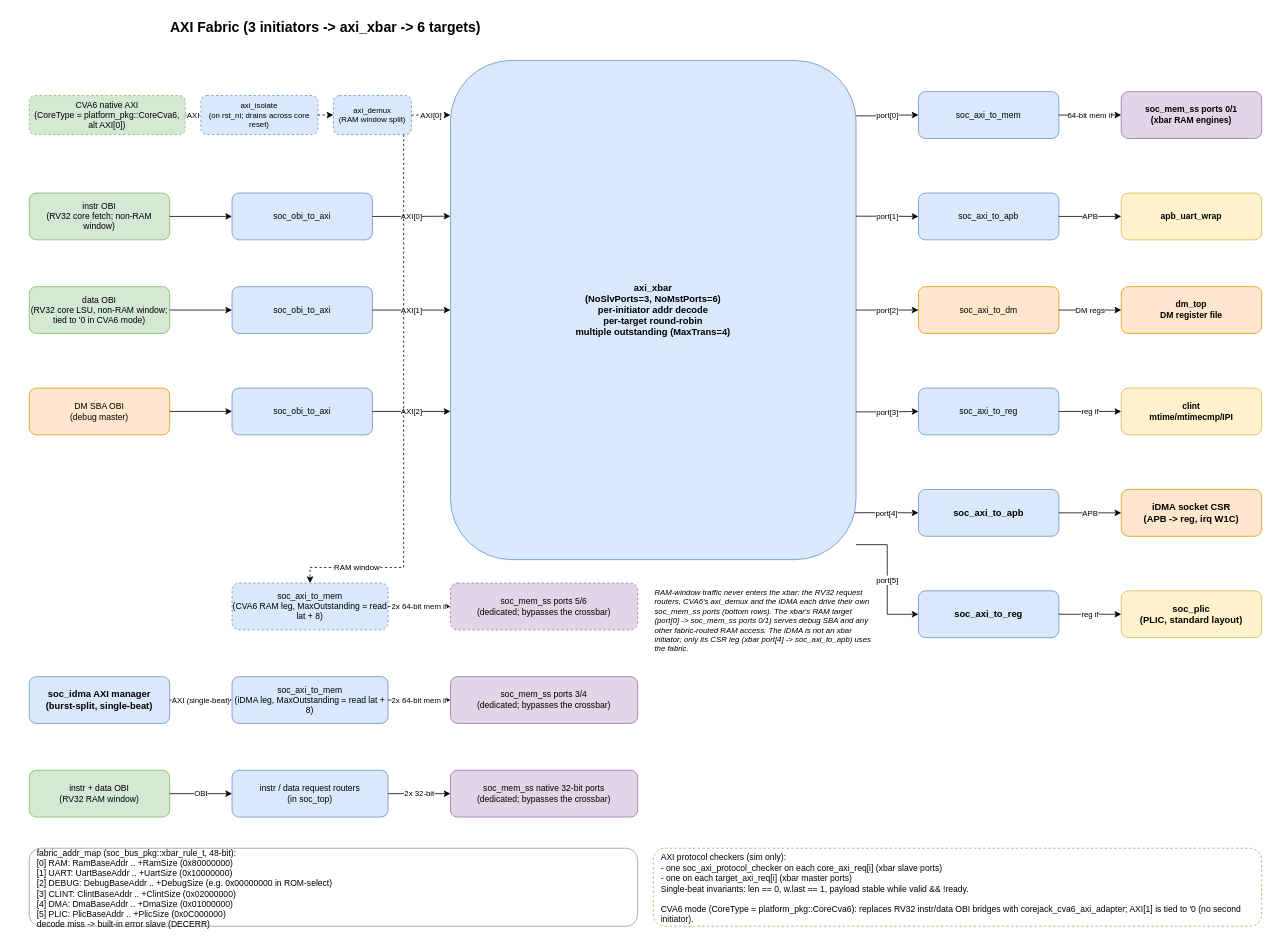
This is page "AXI Fabric" (2 of 8) of docs/source/media/corejack_soc.drawio from patrickerich/corejack, a draw.io file, before an edit. Source tidied: cells renumbered, new cells numbered last; positions are measured from the earlier drawing's top-left corner, leaving out a move shared by most shapes. Both pictures are drawn from the tidied source at 78%, with x=0, y=0 at pixel (13, 13).
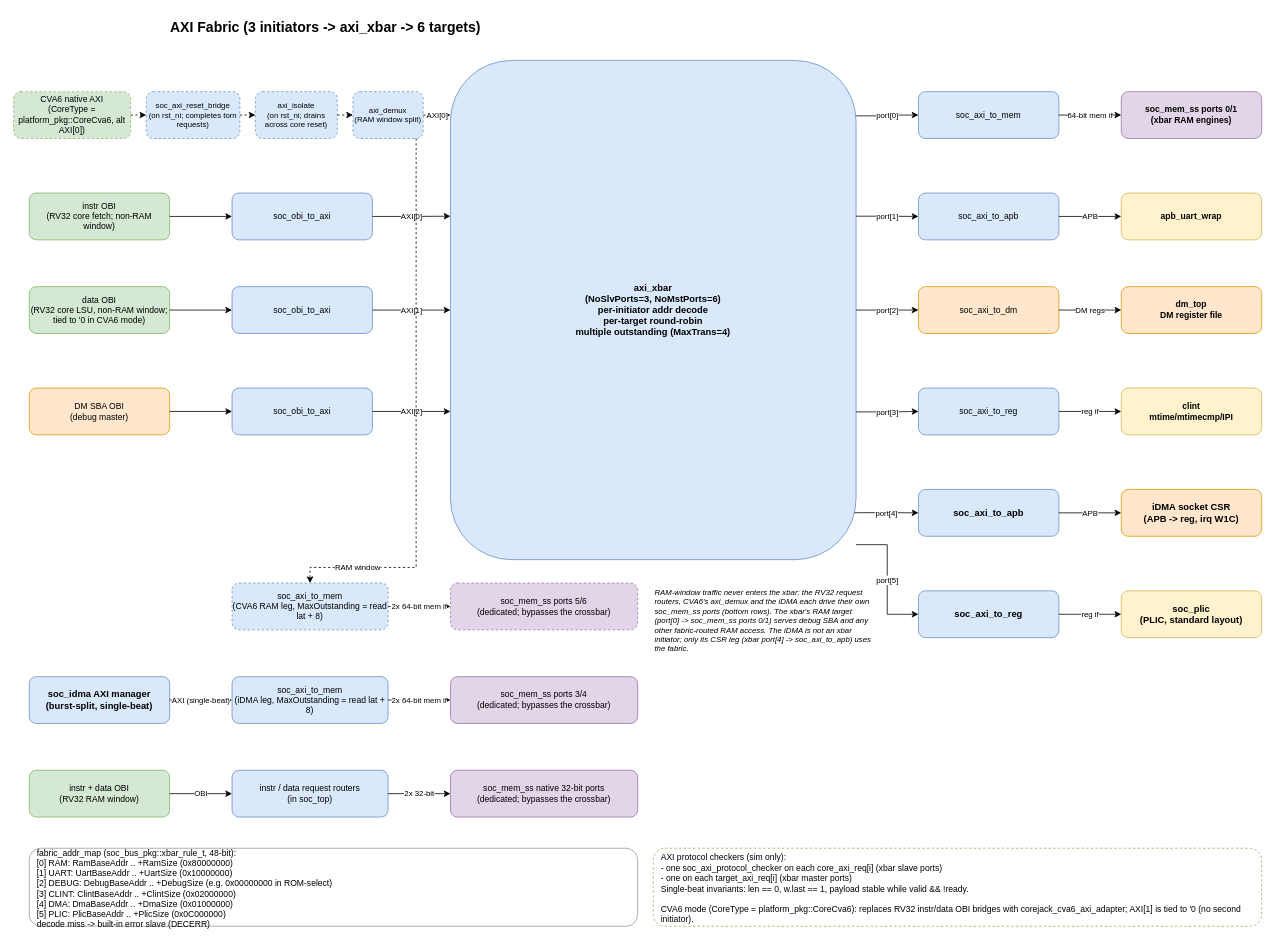
The same diagram, later.

Commit message (it also covers changes not shown here):
Show the CVA6 reset bridge in the SoC diagrams

Add soc_axi_reset_bridge between the CVA6 adapter and axi_isolate on
the SoC top-level and AXI fabric tabs, and say in the CVA6 note what
the bridge and the isolate stage each do.

Unchanged cells that the change refers to:
```xml
<mxCell id="50" value="soc_axi_to_mem&#10;(CVA6 RAM leg, MaxOutstanding = read lat + 8)" style="rounded=1;whiteSpace=wrap;html=1;fillColor=#dae8fc;strokeColor=#6c8ebf;fontSize=11;verticalAlign=middle;dashed=1;" parent="1" vertex="1">
  <mxGeometry x="280" y="730" width="200" height="60" as="geometry" />
</mxCell>
```

What changed in the source:
```diff
@@
     <mxCell id="3" value="CVA6 native AXI&#10;(CoreType = platform_pkg::CoreCva6, alt AXI[0])" style="rounded=1;whiteSpace=wrap;html=1;fillColor=#d5e8d4;strokeColor=#82b366;fontSize=11;verticalAlign=middle;dashed=1;" parent="1" vertex="1">
-      <mxGeometry x="20" y="105" width="200" height="50" as="geometry" />
+      <mxGeometry y="100" width="150" height="60" as="geometry" />
     </mxCell>
@@
-    <mxCell id="31" value="AXI" style="endArrow=classic;html=1;edgeStyle=orthogonalEdgeStyle;rounded=0;exitX=1;exitY=0.5;fontSize=10;dashed=1;entryX=0;entryY=0.5;entryDx=0;entryDy=0;" parent="1" edge="1" source="3" target="46">
+    <mxCell id="31" style="endArrow=classic;html=1;edgeStyle=orthogonalEdgeStyle;rounded=0;exitX=1;exitY=0.5;fontSize=10;dashed=1;entryX=0;entryY=0.5;entryDx=0;entryDy=0;" parent="1" edge="1" source="3" target="63">
       <mxGeometry relative="1" as="geometry" />
     </mxCell>
@@
+    <mxCell id="63" value="soc_axi_reset_bridge&#10;(on rst_ni; completes torn requests)" style="rounded=1;whiteSpace=wrap;html=1;fillColor=#dae8fc;strokeColor=#6c8ebf;fontSize=10;verticalAlign=middle;dashed=1;" parent="1" vertex="1">
+      <mxGeometry x="170" y="100" width="120" height="60" as="geometry" />
+    </mxCell>
+    <mxCell id="64" style="endArrow=classic;html=1;edgeStyle=orthogonalEdgeStyle;rounded=0;fontSize=10;dashed=1;exitX=1;exitY=0.5;entryX=0;entryY=0.5;" parent="1" edge="1" source="63" target="46">
+      <mxGeometry relative="1" as="geometry" />
+    </mxCell>
     <mxCell id="46" value="axi_isolate&#10;(on rst_ni; drains across core reset)" style="rounded=1;whiteSpace=wrap;html=1;fillColor=#dae8fc;strokeColor=#6c8ebf;fontSize=10;verticalAlign=middle;dashed=1;" parent="1" vertex="1">
-      <mxGeometry x="240" y="105" width="150" height="50" as="geometry" />
+      <mxGeometry x="310" y="100" width="105" height="60" as="geometry" />
     </mxCell>
     <mxCell id="47" value="axi_demux&#10;(RAM window split)" style="rounded=1;whiteSpace=wrap;html=1;fillColor=#dae8fc;strokeColor=#6c8ebf;fontSize=11;verticalAlign=middle;dashed=1;fontSize=10;" parent="1" vertex="1">
-      <mxGeometry x="410" y="105" width="100" height="50" as="geometry" />
+      <mxGeometry x="435" y="100" width="90" height="60" as="geometry" />
     </mxCell>
@@
     <mxCell id="52" value="RAM window" style="endArrow=classic;html=1;edgeStyle=orthogonalEdgeStyle;rounded=0;fontSize=10;exitX=0.9;exitY=1;entryX=0.5;entryY=0;dashed=1;" parent="1" edge="1" source="47" target="50">
       <mxGeometry x="0.77" relative="1" as="geometry">
         <Array as="points">
-          <mxPoint x="500" y="710" />
+          <mxPoint x="516" y="710" />
           <mxPoint x="380" y="710" />
         </Array>
       </mxGeometry>
     </mxCell>
```
